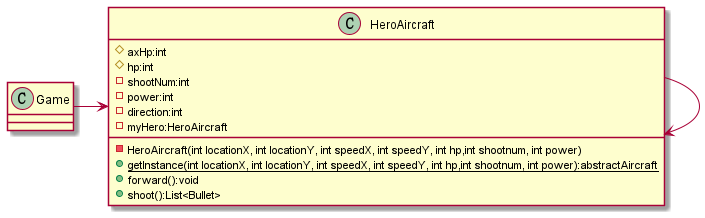
Above: exp1/AircraftWar-base/out/uml/HeroSingleton/HeroSingleton.png in Wu-Fisher/oop_exp_java (PlantUML), before the change.
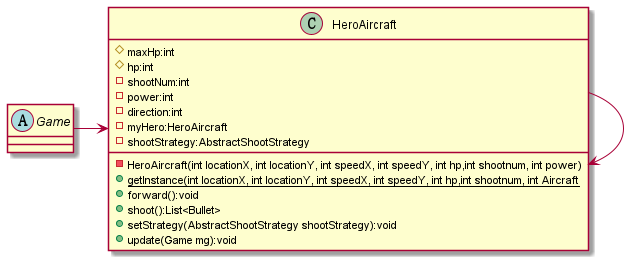
Above is the later version.

Diff of the diagram source:
```diff
@@ -1,16 +1,19 @@
 @startuml
 
 class HeroAircraft {
-    # axHp:int
+    # maxHp:int
     # hp:int
     - shootNum:int
     - power:int
     - direction:int
     - myHero:HeroAircraft
+    - shootStrategy:AbstractShootStrategy
     - HeroAircraft(int locationX, int locationY, int speedX, int speedY, int hp,int shootnum, int power)
-    + {static} getInstance(int locationX, int locationY, int speedX, int speedY, int hp,int shootnum, int power):abstractAircraft
+    + {static} getInstance(int locationX, int locationY, int speedX, int speedY, int hp,int shootnum, int Aircraft
     + forward():void
     + shoot():List<Bullet>
+    + setStrategy(AbstractShootStrategy shootStrategy):void
+    + update(Game mg):void
 }
 
 
@@ -20,7 +23,7 @@
 Game -> HeroAircraft
 
 
-class Game{
+abstract class Game{
 
 }
 
```
